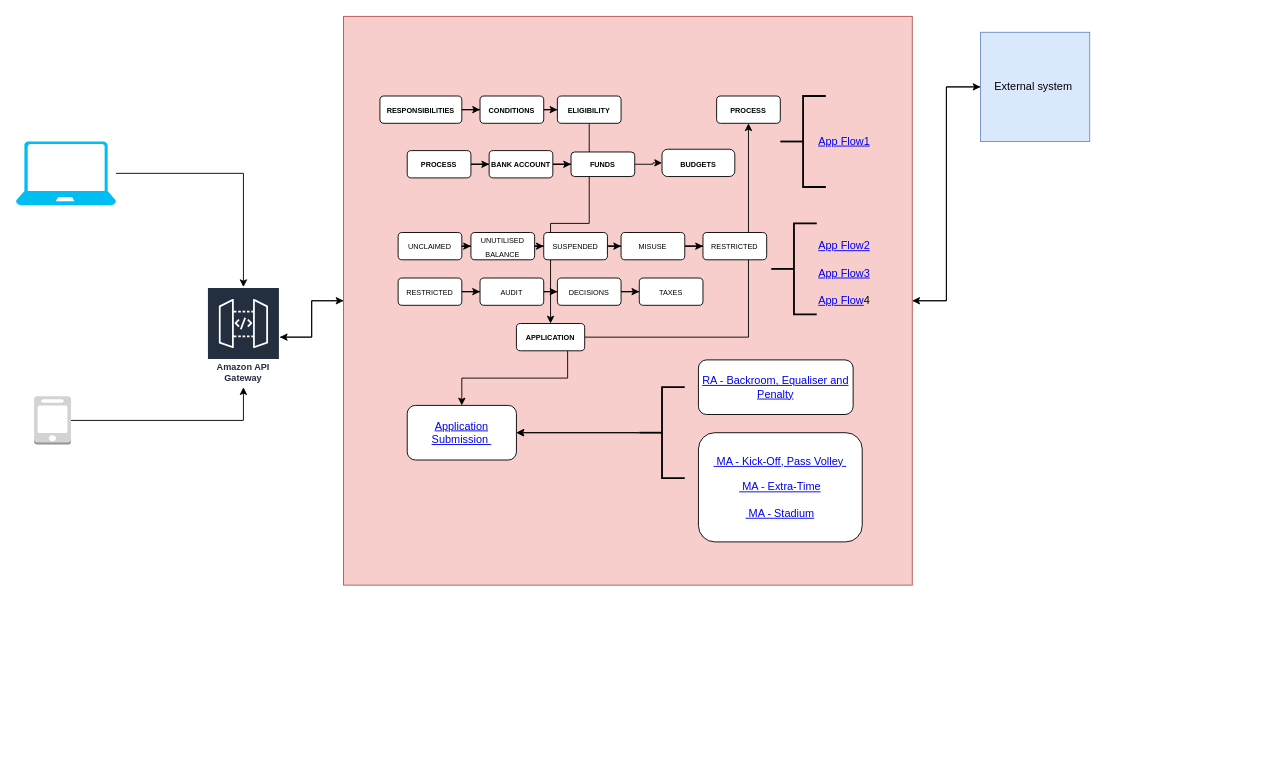
This is EPAS.drawio from 4512028/SolutionArchitectDiagrams, a draw.io file, before an edit. Source tidied: cells renumbered, new cells numbered last; positions are measured from the earlier drawing's top-left corner, leaving out a move shared by most shapes. Both pictures are drawn from the tidied source at 91%, with x=0, y=0 at pixel (15, 15).
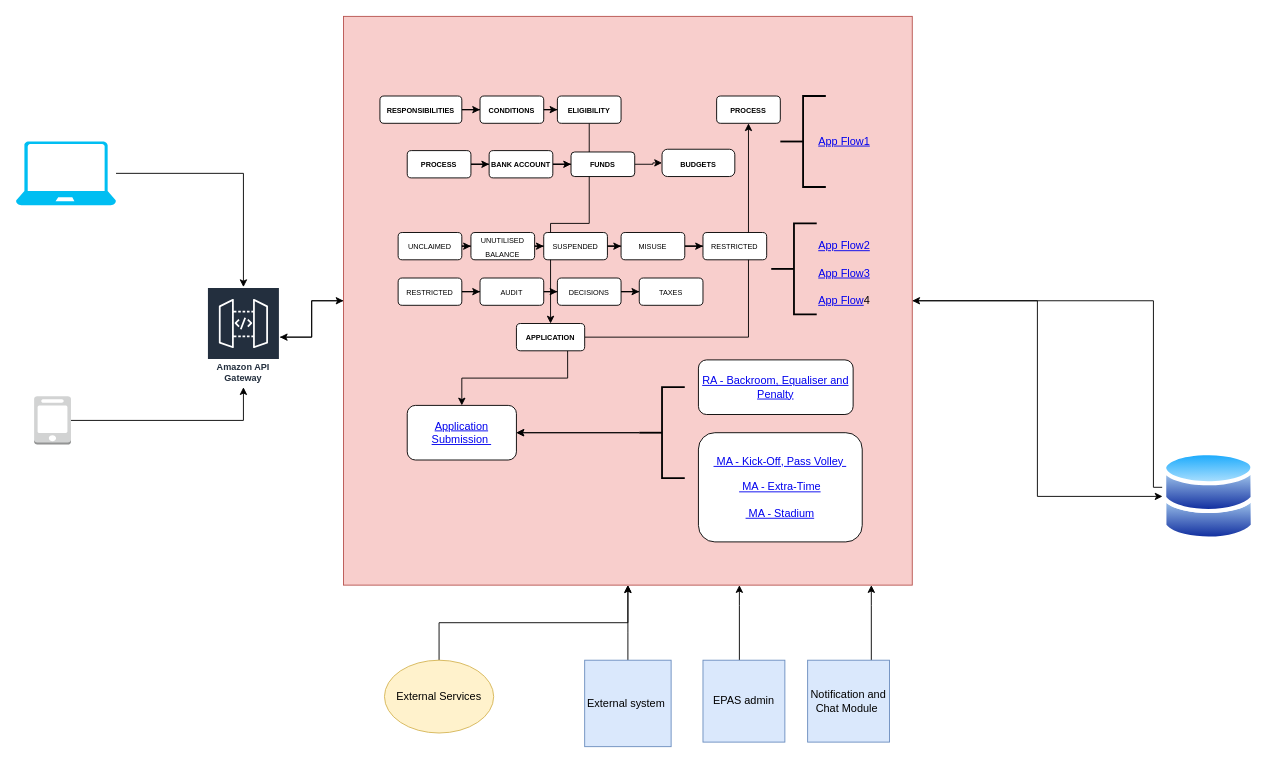
The same diagram, later.

Unchanged cells that the change refers to:
```xml
<mxCell id="8" style="whiteSpace=wrap;html=1;fillColor=#f8cecc;strokeColor=#b85450;" parent="1" vertex="1">
  <mxGeometry x="360" y="0.5" width="625" height="625" as="geometry" />
</mxCell>
<mxCell id="49" value="&lt;a href=&quot;https://drive.google.com/file/d/1O_zXei-ndrTcU6nSI0R-1R8S3YrYnWWK/view?usp=sharing&quot;&gt;Application Submission&amp;nbsp;&lt;/a&gt;" style="rounded=1;whiteSpace=wrap;html=1;" parent="1" vertex="1">
  <mxGeometry x="430" y="428" width="120" height="60" as="geometry" />
</mxCell>
<mxCell id="52" style="strokeWidth=2;html=1;shape=mxgraph.flowchart.annotation_2;align=left;labelPosition=right;" parent="1" vertex="1">
  <mxGeometry x="685" y="408" width="50" height="100" as="geometry" />
</mxCell>
```

What changed in the source:
```diff
@@
-    <mxCell id="6" style="edgeStyle=orthogonalEdgeStyle;rounded=0;jettySize=auto;html=1;" parent="1" edge="1" source="8" target="56">
-      <mxGeometry relative="1" as="geometry" />
-    </mxCell>
@@
+    <mxCell id="59" style="edgeStyle=orthogonalEdgeStyle;rounded=0;jettySize=auto;html=1;" parent="1" edge="1" source="8" target="69">
+      <mxGeometry relative="1" as="geometry" />
+    </mxCell>
@@
-    <mxCell id="50" style="edgeStyle=orthogonalEdgeStyle;rounded=0;jettySize=auto;html=1;" parent="1" edge="1" source="52" target="49">
-      <mxGeometry relative="1" as="geometry" />
-    </mxCell>
-    <mxCell id="51" style="edgeStyle=orthogonalEdgeStyle;rounded=0;jettySize=auto;html=1;" parent="1" edge="1" source="52" target="49">
-      <mxGeometry relative="1" as="geometry" />
-    </mxCell>
+    <mxCell id="60" style="edgeStyle=orthogonalEdgeStyle;rounded=0;jettySize=auto;html=1;" parent="1" edge="1" source="52" target="49">
+      <mxGeometry relative="1" as="geometry" />
+    </mxCell>
+    <mxCell id="61" style="edgeStyle=orthogonalEdgeStyle;rounded=0;jettySize=auto;html=1;" parent="1" edge="1" source="52" target="49">
+      <mxGeometry relative="1" as="geometry" />
+    </mxCell>
@@
-    <mxCell id="55" style="edgeStyle=orthogonalEdgeStyle;rounded=0;jettySize=auto;html=1;entryX=1;entryY=0.5;entryDx=0;entryDy=0;" parent="1" edge="1" source="56" target="8">
-      <mxGeometry relative="1" as="geometry" />
+    <mxCell id="55" style="edgeStyle=orthogonalEdgeStyle;rounded=0;jettySize=auto;html=1;" parent="1" edge="1" source="56" target="8">
+      <mxGeometry relative="1" as="geometry">
+        <Array as="points">
+          <mxPoint x="673" y="678" />
+          <mxPoint x="673" y="678" />
+        </Array>
+      </mxGeometry>
     </mxCell>
     <mxCell id="56" value="External system&amp;nbsp;" style="whiteSpace=wrap;html=1;fillColor=#dae8fc;strokeColor=#6c8ebf;" parent="1" vertex="1">
-      <mxGeometry x="1060" y="18" width="120" height="120" as="geometry" />
+      <mxGeometry x="625" y="708" width="95" height="95" as="geometry" />
     </mxCell>
@@
+    <mxCell id="62" style="edgeStyle=orthogonalEdgeStyle;rounded=0;jettySize=auto;html=1;" parent="1" edge="1" source="63" target="8">
+      <mxGeometry relative="1" as="geometry">
+        <Array as="points">
+          <mxPoint x="940" y="648" />
+          <mxPoint x="940" y="648" />
+        </Array>
+      </mxGeometry>
+    </mxCell>
+    <mxCell id="63" value="Notification and Chat Module&amp;nbsp;" style="whiteSpace=wrap;html=1;fillColor=#dae8fc;strokeColor=#6c8ebf;" parent="1" vertex="1">
+      <mxGeometry x="870" y="708" width="90" height="90" as="geometry" />
+    </mxCell>
+    <mxCell id="64" style="edgeStyle=orthogonalEdgeStyle;rounded=0;jettySize=auto;html=1;" parent="1" edge="1" source="65" target="8">
+      <mxGeometry relative="1" as="geometry">
+        <Array as="points">
+          <mxPoint x="795" y="648" />
+          <mxPoint x="795" y="648" />
+        </Array>
+      </mxGeometry>
+    </mxCell>
+    <mxCell id="65" value="EPAS admin" style="whiteSpace=wrap;html=1;fillColor=#dae8fc;strokeColor=#6c8ebf;" parent="1" vertex="1">
+      <mxGeometry x="755" y="708" width="90" height="90" as="geometry" />
+    </mxCell>
+    <mxCell id="66" style="edgeStyle=orthogonalEdgeStyle;rounded=0;jettySize=auto;html=1;" parent="1" edge="1" source="67" target="8">
+      <mxGeometry relative="1" as="geometry" />
+    </mxCell>
+    <mxCell id="67" value="External Services " style="ellipse;whiteSpace=wrap;html=1;fillColor=#fff2cc;strokeColor=#d6b656;" parent="1" vertex="1">
+      <mxGeometry x="405" y="708" width="120" height="80" as="geometry" />
+    </mxCell>
+    <mxCell id="68" style="edgeStyle=orthogonalEdgeStyle;rounded=0;jettySize=auto;html=1;" parent="1" edge="1" source="69" target="8">
+      <mxGeometry relative="1" as="geometry">
+        <Array as="points">
+          <mxPoint x="1250" y="518" />
+          <mxPoint x="1250" y="313" />
+        </Array>
+      </mxGeometry>
+    </mxCell>
+    <mxCell id="69" style="image;perimeter=ellipsePerimeter;html=1;align=center;shadow=0;dashed=0;spacingTop=3;image=img/lib/active_directory/databases.svg;" parent="1" vertex="1">
+      <mxGeometry x="1260" y="478" width="102" height="100" as="geometry" />
+    </mxCell>
```
